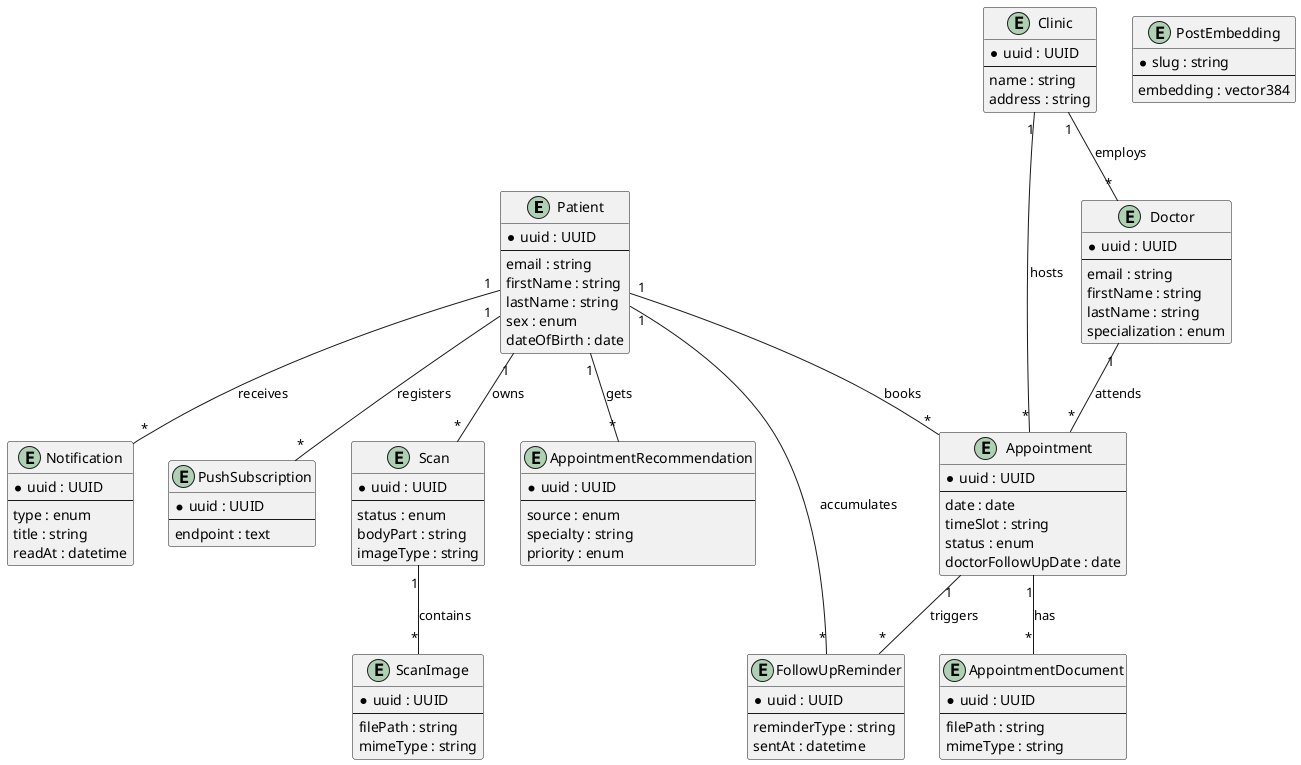
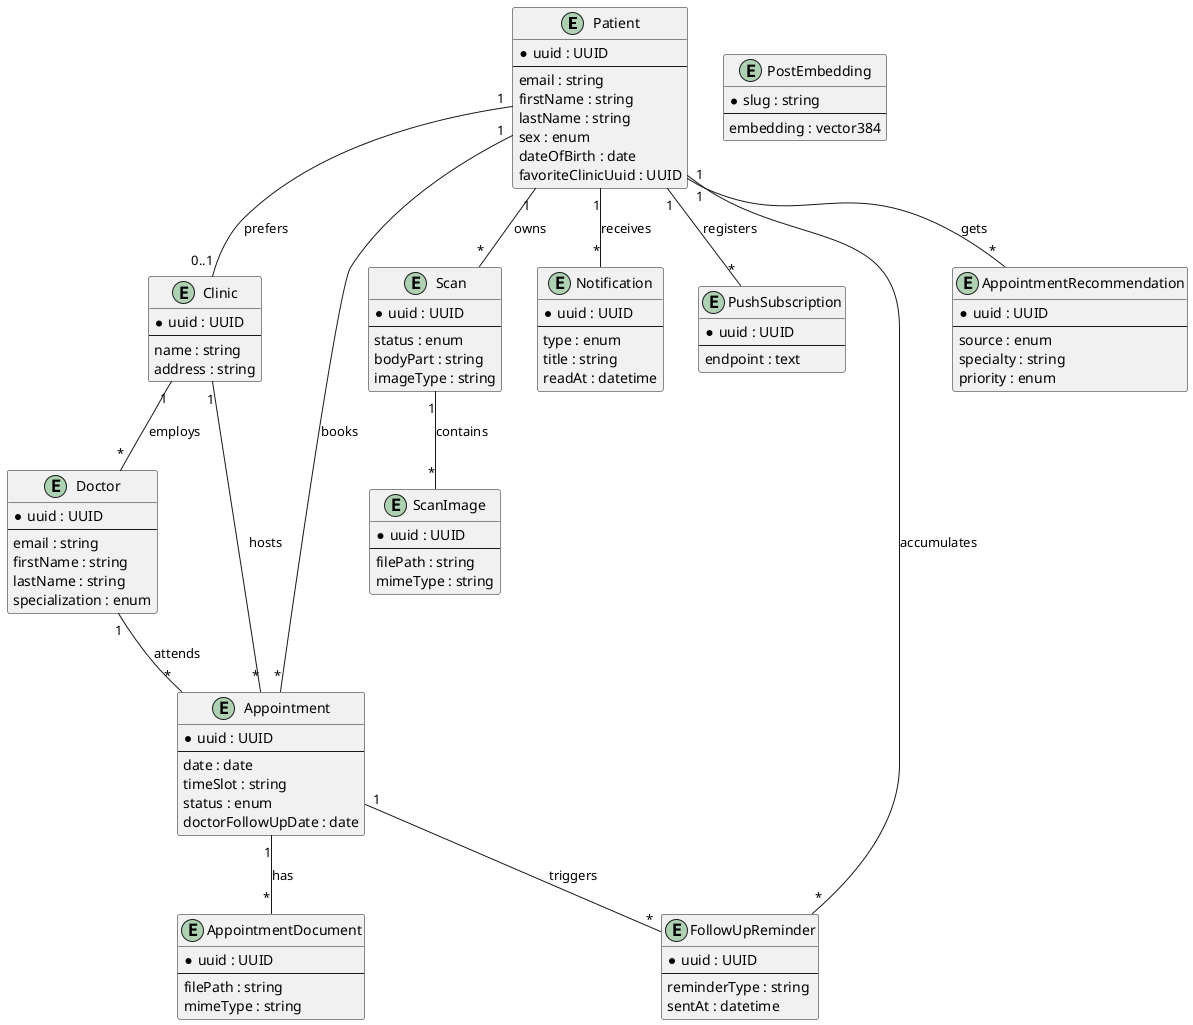
@startuml
hide methods
hide stereotypes

entity Patient {
  * uuid : UUID
  --
  email : string
  firstName : string
  lastName : string
  sex : enum
  dateOfBirth : date
+   favoriteClinicUuid : UUID
}

entity Doctor {
  * uuid : UUID
  --
  email : string
  firstName : string
  lastName : string
  specialization : enum
}

entity Clinic {
  * uuid : UUID
  --
  name : string
  address : string
}

entity Appointment {
  * uuid : UUID
  --
  date : date
  timeSlot : string
  status : enum
  doctorFollowUpDate : date
}

entity AppointmentDocument {
  * uuid : UUID
  --
  filePath : string
  mimeType : string
}

entity Scan {
  * uuid : UUID
  --
  status : enum
  bodyPart : string
  imageType : string
}

entity ScanImage {
  * uuid : UUID
  --
  filePath : string
  mimeType : string
}

entity Notification {
  * uuid : UUID
  --
  type : enum
  title : string
  readAt : datetime
}

entity PushSubscription {
  * uuid : UUID
  --
  endpoint : text
}

entity FollowUpReminder {
  * uuid : UUID
  --
  reminderType : string
  sentAt : datetime
}

entity AppointmentRecommendation {
  * uuid : UUID
  --
  source : enum
  specialty : string
  priority : enum
}

entity PostEmbedding {
  * slug : string
  --
  embedding : vector384
}

Clinic "1" -- "*" Doctor : employs
Clinic "1" -- "*" Appointment : hosts
+ Patient "1" -- "0..1" Clinic : prefers
Patient "1" -- "*" Appointment : books
Doctor "1" -- "*" Appointment : attends
Appointment "1" -- "*" AppointmentDocument : has
Patient "1" -- "*" Scan : owns
Scan "1" -- "*" ScanImage : contains
Patient "1" -- "*" Notification : receives
Patient "1" -- "*" PushSubscription : registers
Patient "1" -- "*" FollowUpReminder : accumulates
Appointment "1" -- "*" FollowUpReminder : triggers
Patient "1" -- "*" AppointmentRecommendation : gets

@enduml